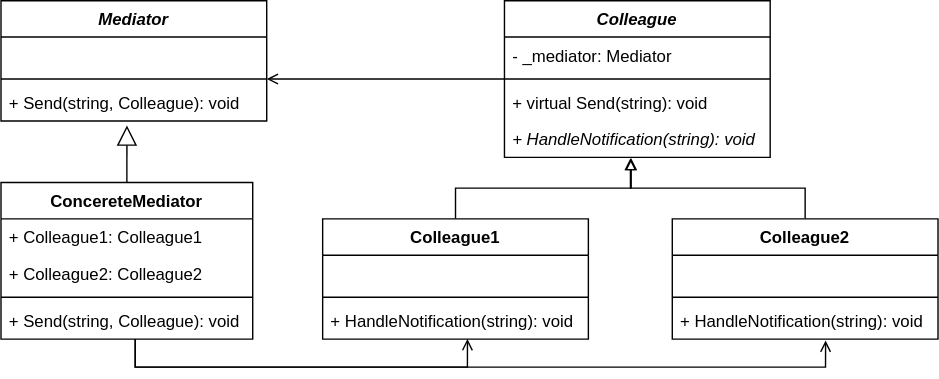
The draw.io diagram DesignPatternsInCSharp/Behavioral/Mediator/Mediator.svg in adamradocz/DesignPatternsInCSharp, before a commit. Source tidied: cells renumbered, new cells last; positions are measured from the earlier drawing's top-left corner, leaving out a move shared by most shapes.
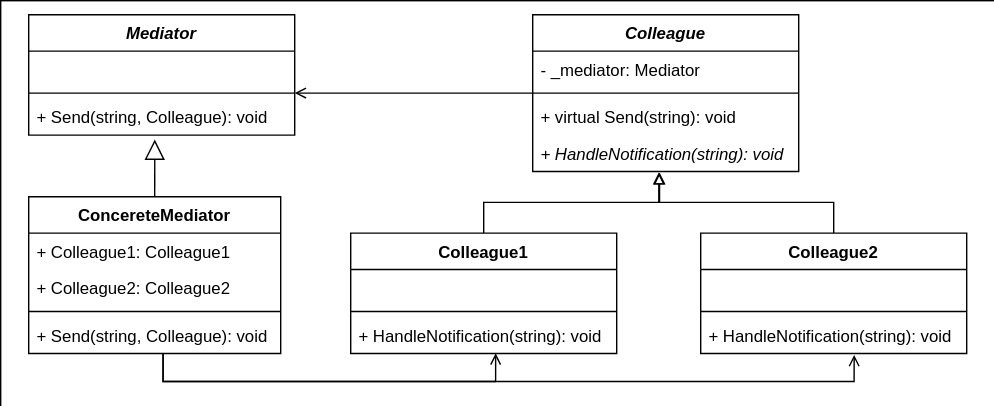
After the change.

Commit message:
add white bg margin

The edit, as a diff of the source:
```diff
@@ -2,6 +2,9 @@
   <root>
     <mxCell id="0" />
     <mxCell id="1" parent="0" />
+    <mxCell id="30" style="rounded=0;whiteSpace=wrap;html=1;fillColor=default;gradientColor=#ffffff;strokeWidth=0;" parent="1" vertex="1">
+      <mxGeometry x="-20" y="-10" width="710" height="290" as="geometry" />
+    </mxCell>
     <mxCell id="2" style="edgeStyle=orthogonalEdgeStyle;rounded=0;jettySize=auto;html=1;entryX=1;entryY=0.5;entryDx=0;entryDy=0;entryPerimeter=0;endArrow=open;endFill=0;" parent="1" edge="1" source="3" target="27">
       <mxGeometry relative="1" as="geometry" />
     </mxCell>
```
